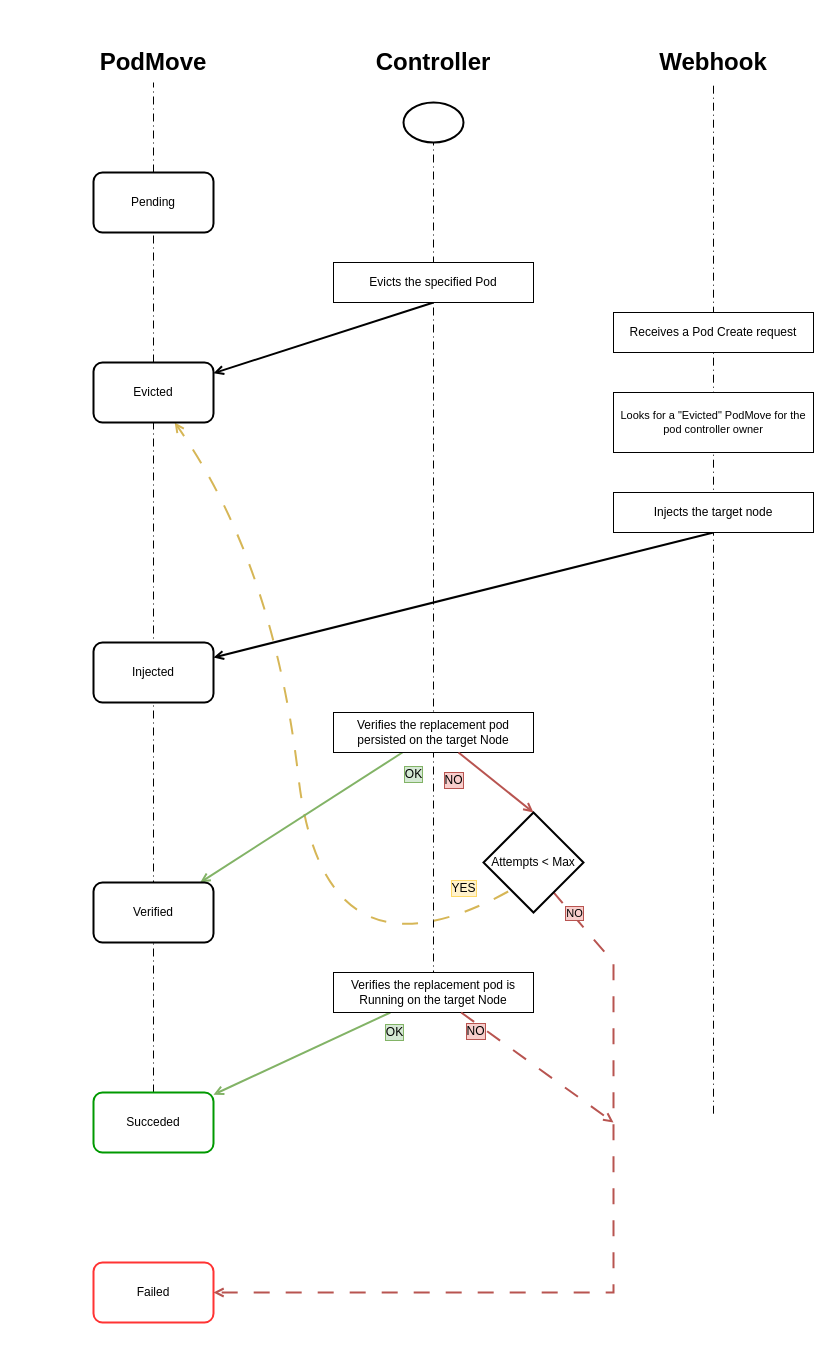
Before: notes/timeline.drawio in andreabuon/podtetris, a draw.io diagram. Source tidied: cells renumbered, new cells numbered last; positions are measured from the earlier drawing's top-left corner, leaving out a move shared by most shapes. Both pictures are drawn from the tidied source at 100%, with x=0, y=0 at pixel (53, 42).
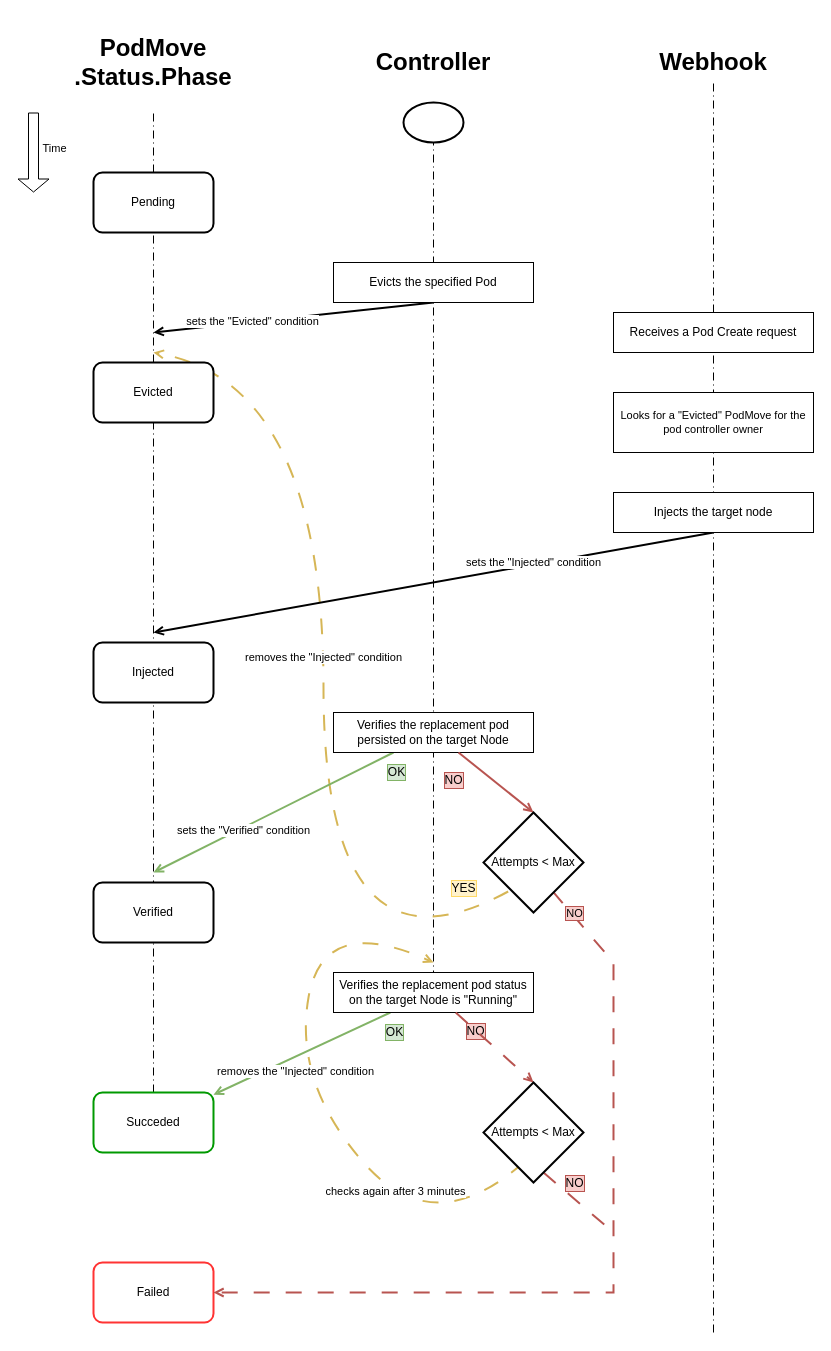
After the change.

Commit message (it also covers changes not shown here):
docs(timeline): improve state changes, addd running retry attempts

The change refers to these unchanged cells:
```xml
<mxCell id="5" value="Evicted" style="rounded=1;whiteSpace=wrap;html=1;strokeWidth=2;" parent="1" vertex="1">
  <mxGeometry x="40" y="320" width="120" height="60" as="geometry" />
</mxCell>
<mxCell id="8" value="Injected" style="rounded=1;whiteSpace=wrap;html=1;strokeWidth=2;" parent="1" vertex="1">
  <mxGeometry x="40" y="600" width="120" height="60" as="geometry" />
</mxCell>
<mxCell id="16" value="&lt;h1&gt;Webhook&lt;/h1&gt;" style="text;html=1;whiteSpace=wrap;strokeColor=none;fillColor=none;align=center;verticalAlign=middle;rounded=0;fontStyle=0;fontSize=12;fontFamily=Helvetica;textShadow=0;labelBorderColor=none;" parent="1" vertex="1">
  <mxGeometry x="560" width="200" height="40" as="geometry" />
</mxCell>
<mxCell id="18" value="Evicts the specified Pod" style="rounded=0;whiteSpace=wrap;html=1;" parent="1" vertex="1">
  <mxGeometry x="280" y="220" width="200" height="40" as="geometry" />
</mxCell>
<mxCell id="21" value="Injects the target node" style="rounded=0;whiteSpace=wrap;html=1;" parent="1" vertex="1">
  <mxGeometry x="560" y="450" width="200" height="40" as="geometry" />
</mxCell>
<mxCell id="22" value="Verifies the replacement pod persisted on the target Node" style="rounded=0;whiteSpace=wrap;html=1;" parent="1" vertex="1">
  <mxGeometry x="280" y="670" width="200" height="40" as="geometry" />
</mxCell>
<mxCell id="23" value="Verified" style="rounded=1;whiteSpace=wrap;html=1;strokeWidth=2;" parent="1" vertex="1">
  <mxGeometry x="40" y="840" width="120" height="60" as="geometry" />
</mxCell>
<mxCell id="28" value="Pending" style="rounded=1;whiteSpace=wrap;html=1;strokeWidth=2;" parent="1" vertex="1">
  <mxGeometry x="40" y="130" width="120" height="60" as="geometry" />
</mxCell>
<mxCell id="35" value="Attempts &amp;lt; Max" style="strokeWidth=2;html=1;shape=mxgraph.flowchart.decision;whiteSpace=wrap;" parent="1" vertex="1">
  <mxGeometry x="430" y="770" width="100" height="100" as="geometry" />
</mxCell>
```

Diff of the diagram source:
```diff
@@
-    <mxCell id="3" style="endArrow=open;html=1;rounded=0;strokeWidth=2;endFill=0;fillColor=#fff2cc;strokeColor=#d6b656;dashed=1;dashPattern=8 8;curved=1;exitX=0.247;exitY=0.79;exitDx=0;exitDy=0;exitPerimeter=0;" parent="1" edge="1" source="35" target="5">
+    <mxCell id="3" style="endArrow=open;html=1;rounded=0;strokeWidth=2;endFill=0;fillColor=#fff2cc;strokeColor=#d6b656;dashed=1;dashPattern=8 8;curved=1;exitX=0.247;exitY=0.79;exitDx=0;exitDy=0;exitPerimeter=0;" parent="1" edge="1" source="35">
       <mxGeometry relative="1" as="geometry">
+        <mxPoint x="100" y="310" as="targetPoint" />
         <Array as="points">
           <mxPoint x="270" y="950" />
-          <mxPoint x="220" y="520" />
+          <mxPoint x="270" y="340" />
         </Array>
       </mxGeometry>
     </mxCell>
+    <mxCell id="38" value="removes the &quot;Injected&quot; condition" style="edgeLabel;html=1;align=center;verticalAlign=middle;" parent="3" vertex="1">
+      <mxGeometry x="0.1" y="1" relative="1" as="geometry" />
+    </mxCell>
@@
     <mxCell id="6" style="endArrow=none;html=1;rounded=0;dashed=1;dashPattern=8 4 1 4;entryX=0.5;entryY=1;entryDx=0;entryDy=0;" parent="1" edge="1" target="16">
       <mxGeometry relative="1" as="geometry">
-        <mxPoint x="660" y="1071.2" as="sourcePoint" />
+        <mxPoint x="660" y="1290" as="sourcePoint" />
       </mxGeometry>
     </mxCell>
-    <mxCell id="7" style="endArrow=none;html=1;rounded=0;dashed=1;dashPattern=8 4 1 4;entryX=0.5;entryY=1;entryDx=0;entryDy=0;" parent="1" edge="1" source="28" target="9">
-      <mxGeometry relative="1" as="geometry" />
+    <mxCell id="7" style="endArrow=none;html=1;rounded=0;dashed=1;dashPattern=8 4 1 4;" parent="1" edge="1" source="28">
+      <mxGeometry relative="1" as="geometry">
+        <mxPoint x="100" y="70" as="targetPoint" />
+      </mxGeometry>
     </mxCell>
@@
-    <mxCell id="9" value="&lt;h1&gt;PodMove&lt;/h1&gt;" style="text;html=1;whiteSpace=wrap;strokeColor=none;fillColor=none;align=center;verticalAlign=middle;rounded=0;fontSize=12;fontStyle=0;fontFamily=Helvetica;textShadow=0;labelBorderColor=none;" parent="1" vertex="1">
+    <mxCell id="9" value="&lt;h1&gt;PodMove .Status.Phase&lt;/h1&gt;" style="text;html=1;whiteSpace=wrap;strokeColor=none;fillColor=none;align=center;verticalAlign=middle;rounded=0;fontSize=12;fontStyle=0;fontFamily=Helvetica;textShadow=0;labelBorderColor=none;" parent="1" vertex="1">
       <mxGeometry width="200" height="40" as="geometry" />
     </mxCell>
-    <mxCell id="10" style="endArrow=open;html=1;rounded=0;strokeWidth=2;endFill=0;fillColor=#d5e8d4;strokeColor=#82b366;" parent="1" edge="1" source="22" target="23">
-      <mxGeometry relative="1" as="geometry" />
+    <mxCell id="10" style="endArrow=open;html=1;rounded=0;strokeWidth=2;endFill=0;fillColor=#d5e8d4;strokeColor=#82b366;" parent="1" edge="1" source="22">
+      <mxGeometry relative="1" as="geometry">
+        <mxPoint x="100" y="830" as="targetPoint" />
+      </mxGeometry>
     </mxCell>
@@
+    <mxCell id="39" value="&lt;div&gt;sets the &quot;Verified&quot; condition&lt;/div&gt;" style="edgeLabel;html=1;align=center;verticalAlign=middle;" parent="10" vertex="1">
+      <mxGeometry x="0.26" y="2" relative="1" as="geometry" />
+    </mxCell>
-    <mxCell id="12" style="endArrow=open;html=1;rounded=0;exitX=0.5;exitY=1;exitDx=0;exitDy=0;strokeWidth=2;endFill=0;" parent="1" edge="1" source="18" target="5">
-      <mxGeometry relative="1" as="geometry" />
+    <mxCell id="12" style="endArrow=open;html=1;rounded=0;exitX=0.5;exitY=1;exitDx=0;exitDy=0;strokeWidth=2;endFill=0;" parent="1" edge="1" source="18">
+      <mxGeometry relative="1" as="geometry">
+        <mxPoint x="100" y="290" as="targetPoint" />
+      </mxGeometry>
     </mxCell>
+    <mxCell id="40" value="sets the &quot;Evicted&quot; condition" style="edgeLabel;html=1;align=center;verticalAlign=middle;" parent="12" vertex="1">
+      <mxGeometry x="0.29" y="-1" relative="1" as="geometry" />
+    </mxCell>
@@
-    <mxCell id="17" style="endArrow=open;html=1;rounded=0;exitX=0.5;exitY=1;exitDx=0;exitDy=0;strokeWidth=2;endFill=0;" parent="1" edge="1" source="21" target="8">
-      <mxGeometry relative="1" as="geometry" />
+    <mxCell id="17" value="sets the &quot;Injected&quot; condition" style="endArrow=open;html=1;rounded=0;exitX=0.5;exitY=1;exitDx=0;exitDy=0;strokeWidth=2;endFill=0;" parent="1" edge="1" source="21">
+      <mxGeometry x="-0.36" y="-2" relative="1" as="geometry">
+        <mxPoint x="100" y="590" as="targetPoint" />
+      </mxGeometry>
     </mxCell>
@@
-    <mxCell id="26" value="Verifies the replacement pod is Running on the target Node" style="rounded=0;whiteSpace=wrap;html=1;" parent="1" vertex="1">
+    <mxCell id="26" value="Verifies the replacement pod status on the target Node is &quot;Running&quot;" style="rounded=0;whiteSpace=wrap;html=1;" parent="1" vertex="1">
       <mxGeometry x="280" y="930" width="200" height="40" as="geometry" />
     </mxCell>
@@
-    <mxCell id="32" style="endArrow=open;html=1;rounded=0;strokeWidth=2;endFill=0;fillColor=#f8cecc;strokeColor=#b85450;dashed=1;dashPattern=8 8;" parent="1" edge="1" source="26">
-      <mxGeometry relative="1" as="geometry">
-        <mxPoint x="560" y="1080" as="targetPoint" />
-      </mxGeometry>
+    <mxCell id="32" style="endArrow=open;html=1;rounded=0;strokeWidth=2;endFill=0;fillColor=#f8cecc;strokeColor=#b85450;dashed=1;dashPattern=8 8;entryX=0.5;entryY=0;entryDx=0;entryDy=0;entryPerimeter=0;" parent="1" edge="1" source="26" target="49">
+      <mxGeometry relative="1" as="geometry" />
     </mxCell>
@@
+    <mxCell id="41" style="endArrow=none;html=1;rounded=0;strokeWidth=2;endFill=0;fillColor=#f8cecc;strokeColor=#b85450;dashed=1;dashPattern=8 8;" parent="1" edge="1">
+      <mxGeometry relative="1" as="geometry">
+        <mxPoint x="490" y="1130" as="sourcePoint" />
+        <mxPoint x="560" y="1190" as="targetPoint" />
+      </mxGeometry>
+    </mxCell>
+    <mxCell id="42" value="NO" style="edgeLabel;html=1;align=center;verticalAlign=middle;labelBackgroundColor=#f8cecc;labelBorderColor=#b85450;fontSize=12;" parent="1" vertex="1">
+      <mxGeometry x="520" y="1140" as="geometry" />
+    </mxCell>
+    <mxCell id="43" style="endArrow=open;html=1;rounded=0;strokeWidth=2;endFill=0;fillColor=#fff2cc;strokeColor=#d6b656;dashed=1;dashPattern=8 8;curved=1;exitX=0.4;exitY=0.8;exitDx=0;exitDy=0;exitPerimeter=0;" parent="1" edge="1" source="49">
+      <mxGeometry relative="1" as="geometry">
+        <mxPoint x="380" y="920" as="targetPoint" />
+        <Array as="points">
+          <mxPoint x="380" y="1200" />
+          <mxPoint x="240" y="1040" />
+          <mxPoint x="270" y="870" />
+        </Array>
+      </mxGeometry>
+    </mxCell>
+    <mxCell id="44" value="removes the &quot;Injected&quot; condition" style="edgeLabel;html=1;align=center;verticalAlign=middle;" parent="43" vertex="1">
+      <mxGeometry x="0.1" y="1" relative="1" as="geometry" />
+    </mxCell>
+    <mxCell id="45" style="edgeLabel;html=1;align=center;verticalAlign=middle;" parent="43" vertex="1">
+      <mxGeometry x="-0.31" relative="1" as="geometry" />
+    </mxCell>
+    <mxCell id="46" value="checks again after 3 minutes" style="edgeLabel;html=1;align=center;verticalAlign=middle;" parent="43" vertex="1">
+      <mxGeometry x="-0.41" y="-5" relative="1" as="geometry" />
+    </mxCell>
+    <mxCell id="47" style="shape=flexArrow;endArrow=classic;html=1;rounded=0;strokeWidth=1;startSize=4;endSize=4;" parent="1" edge="1">
+      <mxGeometry relative="1" as="geometry">
+        <mxPoint x="-20" y="70" as="sourcePoint" />
+        <mxPoint x="-20" y="150" as="targetPoint" />
+      </mxGeometry>
+    </mxCell>
+    <mxCell id="48" value="Time" style="edgeLabel;html=1;align=center;verticalAlign=middle;" parent="47" vertex="1">
+      <mxGeometry x="-0.26" y="-2" relative="1" as="geometry">
+        <mxPoint x="22" y="5" as="offset" />
+      </mxGeometry>
+    </mxCell>
+    <mxCell id="49" value="Attempts &amp;lt; Max" style="strokeWidth=2;html=1;shape=mxgraph.flowchart.decision;whiteSpace=wrap;" parent="1" vertex="1">
+      <mxGeometry x="430" y="1040" width="100" height="100" as="geometry" />
+    </mxCell>
```
